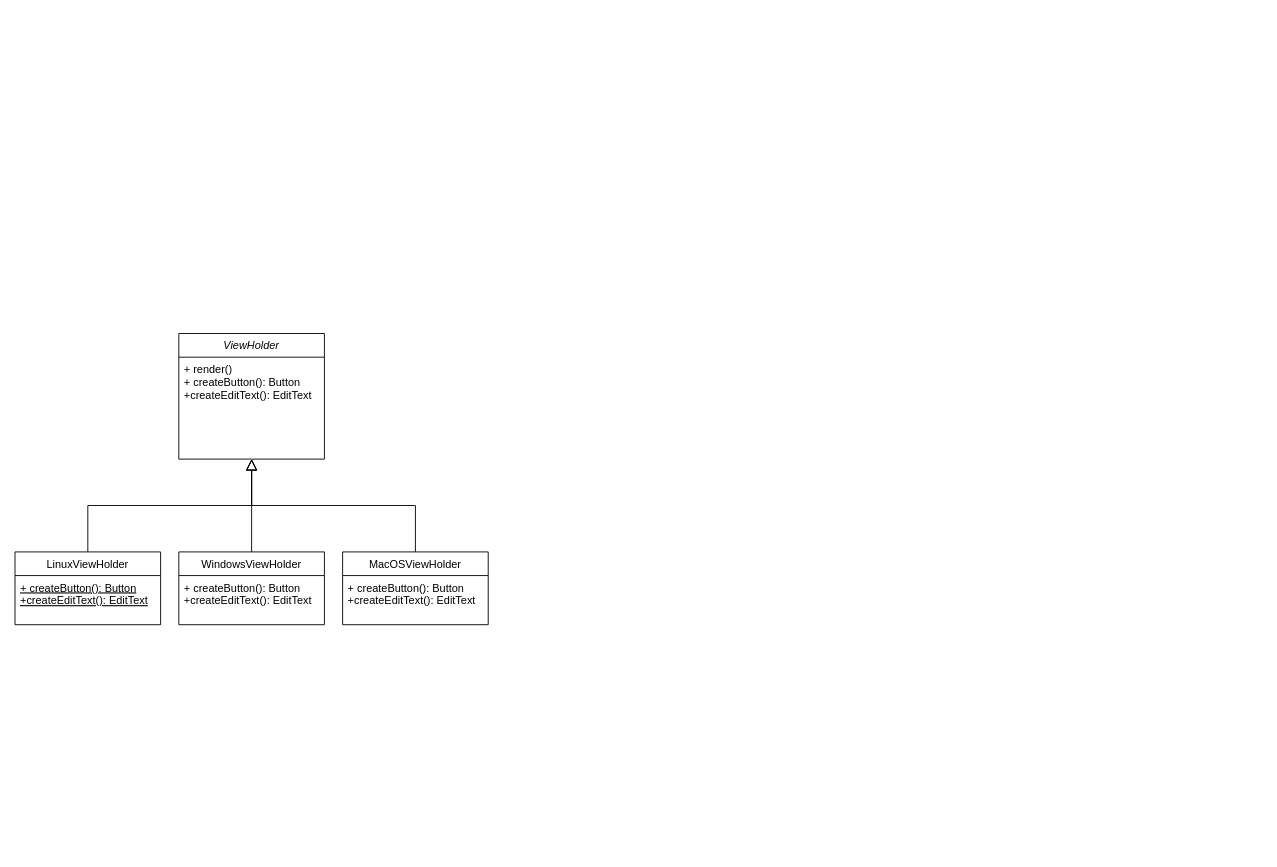
Above: hw4-1.drawio in VahidSafari/CheKhebar (draw.io), before the change. Source tidied: cells renumbered, new cells numbered last; positions are measured from the earlier drawing's top-left corner, leaving out a move shared by most shapes. Both pictures are drawn from the tidied source at 91%, with x=0, y=0 at pixel (15, 333).
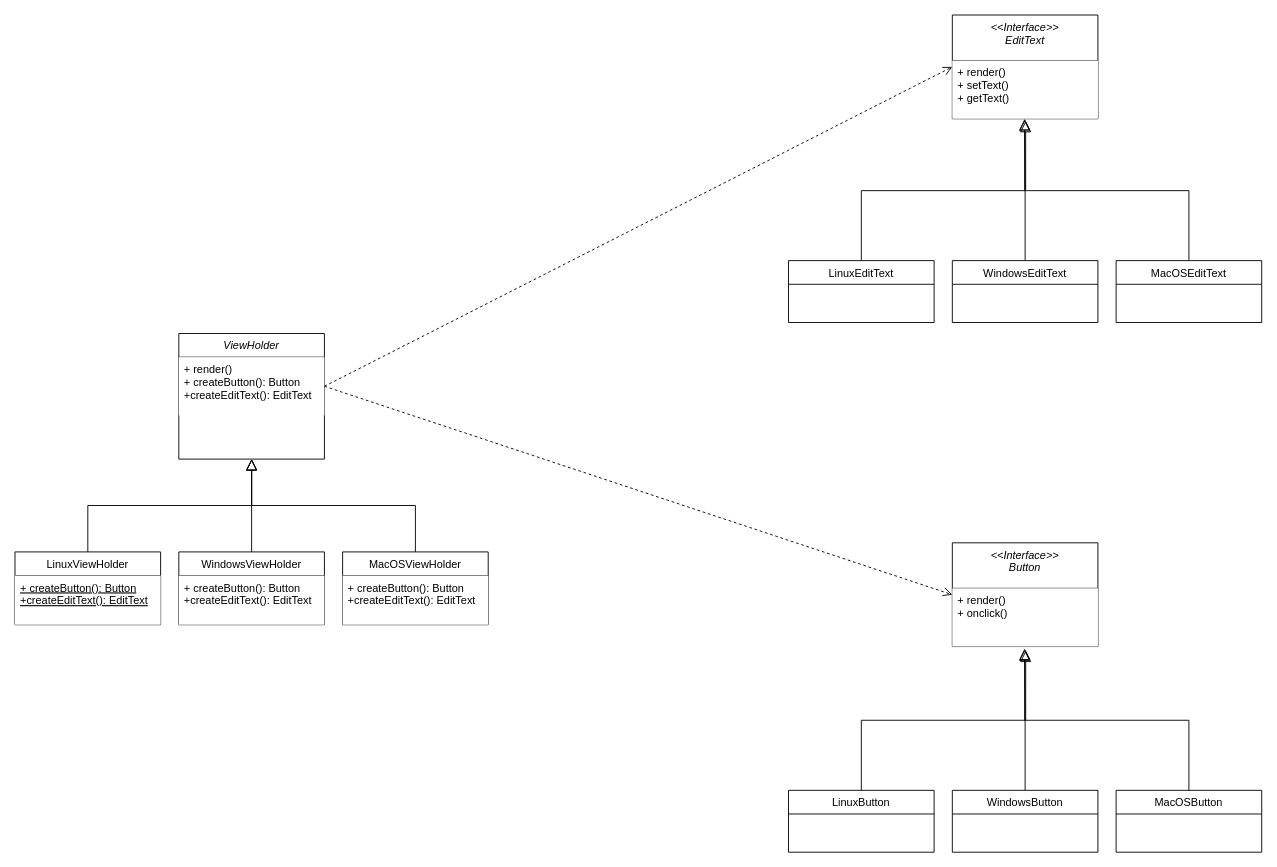
After the change.

Unchanged cells that the change refers to:
```xml
<mxCell id="2" value="ViewHolder" style="swimlane;fontStyle=2;align=center;verticalAlign=top;horizontal=1;startSize=26;rounded=0;shadow=0;strokeWidth=1;" parent="1" vertex="1">
  <mxGeometry x="180" width="160" height="138" as="geometry" />
</mxCell>
<mxCell id="4" value="LinuxViewHolder" style="swimlane;fontStyle=0;align=center;verticalAlign=top;horizontal=1;startSize=26;rounded=0;shadow=0;strokeWidth=1;" parent="1" vertex="1">
  <mxGeometry y="240" width="160" height="80" as="geometry" />
</mxCell>
<mxCell id="7" value="WindowsViewHolder" style="swimlane;fontStyle=0;align=center;verticalAlign=top;horizontal=1;startSize=26;rounded=0;shadow=0;strokeWidth=1;" parent="1" vertex="1">
  <mxGeometry x="180" y="240" width="160" height="80" as="geometry" />
</mxCell>
<mxCell id="10" value="MacOSViewHolder" style="swimlane;fontStyle=0;align=center;verticalAlign=top;horizontal=1;startSize=26;rounded=0;shadow=0;strokeWidth=1;" parent="1" vertex="1">
  <mxGeometry x="360" y="240" width="160" height="80" as="geometry" />
</mxCell>
```

The edit, as a diff of the source:
```diff
@@
-    <mxCell id="3" value="+ render()&#10;+ createButton(): Button&#10;+createEditText(): EditText" style="text;align=left;verticalAlign=top;spacingLeft=4;spacingRight=4;overflow=hidden;points=[[0,0.5],[1,0.5]];portConstraint=eastwest;" parent="2" vertex="1">
+    <mxCell id="3" value="+ render()&#10;+ createButton(): Button&#10;+createEditText(): EditText" style="text;align=left;verticalAlign=top;spacingLeft=4;spacingRight=4;overflow=hidden;points=[[0,0.5],[1,0.5]];portConstraint=eastwest;fillColor=#ffffff;" parent="2" vertex="1">
       <mxGeometry y="26" width="160" height="64" as="geometry" />
     </mxCell>
@@
-    <mxCell id="5" value="+ createButton(): Button&#10;+createEditText(): EditText" style="text;align=left;verticalAlign=top;spacingLeft=4;spacingRight=4;overflow=hidden;fontStyle=4;" parent="4" vertex="1">
+    <mxCell id="5" value="+ createButton(): Button&#10;+createEditText(): EditText" style="text;align=left;verticalAlign=top;spacingLeft=4;spacingRight=4;overflow=hidden;fontStyle=4;fillColor=#ffffff;" parent="4" vertex="1">
       <mxGeometry y="26" width="160" height="54" as="geometry" />
     </mxCell>
@@
-    <mxCell id="8" value="+ createButton(): Button&#10;+createEditText(): EditText" style="text;align=left;verticalAlign=top;spacingLeft=4;spacingRight=4;overflow=hidden;" parent="7" vertex="1">
+    <mxCell id="8" value="+ createButton(): Button&#10;+createEditText(): EditText" style="text;align=left;verticalAlign=top;spacingLeft=4;spacingRight=4;overflow=hidden;fillColor=#ffffff;" parent="7" vertex="1">
       <mxGeometry y="26" width="160" height="54" as="geometry" />
     </mxCell>
@@
-    <mxCell id="11" value="+ createButton(): Button&#10;+createEditText(): EditText" style="text;align=left;verticalAlign=top;spacingLeft=4;spacingRight=4;overflow=hidden;" parent="10" vertex="1">
+    <mxCell id="11" value="+ createButton(): Button&#10;+createEditText(): EditText" style="text;align=left;verticalAlign=top;spacingLeft=4;spacingRight=4;overflow=hidden;fillColor=#ffffff;" parent="10" vertex="1">
       <mxGeometry y="26" width="160" height="54" as="geometry" />
     </mxCell>
@@
+    <mxCell id="13" value="&lt;&lt;Interface&gt;&gt;&#10;Button" style="swimlane;fontStyle=2;align=center;verticalAlign=top;horizontal=1;startSize=50;rounded=0;shadow=0;strokeWidth=1;" parent="1" vertex="1">
+      <mxGeometry x="1030" y="230" width="160" height="114" as="geometry" />
+    </mxCell>
+    <mxCell id="14" value="+ render()&#10;+ onclick()" style="text;align=left;verticalAlign=top;spacingLeft=4;spacingRight=4;overflow=hidden;points=[[0,0.5],[1,0.5]];portConstraint=eastwest;fillColor=#ffffff;" parent="13" vertex="1">
+      <mxGeometry y="50" width="160" height="64" as="geometry" />
+    </mxCell>
+    <mxCell id="15" value="&lt;&lt;Interface&gt;&gt;&#10;EditText" style="swimlane;fontStyle=2;align=center;verticalAlign=top;horizontal=1;startSize=50;rounded=0;shadow=0;strokeWidth=1;" parent="1" vertex="1">
+      <mxGeometry x="1030" y="-350" width="160" height="114" as="geometry" />
+    </mxCell>
+    <mxCell id="16" value="+ render()&#10;+ setText()&#10;+ getText()" style="text;align=left;verticalAlign=top;spacingLeft=4;spacingRight=4;overflow=hidden;fillColor=#ffffff;" parent="15" vertex="1">
+      <mxGeometry y="50" width="160" height="64" as="geometry" />
+    </mxCell>
+    <mxCell id="17" style="html=1;verticalAlign=bottom;endArrow=open;dashed=1;endSize=8;strokeColor=#000000;exitX=1;exitY=0.5;exitDx=0;exitDy=0;entryX=0;entryY=0.5;entryDx=0;entryDy=0;" parent="1" edge="1" source="3" target="13">
+      <mxGeometry relative="1" as="geometry" />
+    </mxCell>
+    <mxCell id="18" style="html=1;verticalAlign=bottom;endArrow=open;dashed=1;endSize=8;strokeColor=#000000;exitX=1;exitY=0.5;exitDx=0;exitDy=0;entryX=0;entryY=0.5;entryDx=0;entryDy=0;" parent="1" edge="1" source="3" target="15">
+      <mxGeometry relative="1" as="geometry" />
+    </mxCell>
+    <mxCell id="19" value="LinuxButton" style="swimlane;fontStyle=0;align=center;verticalAlign=top;horizontal=1;startSize=26;rounded=0;shadow=0;strokeWidth=1;" parent="1" vertex="1">
+      <mxGeometry x="850" y="502" width="160" height="68" as="geometry" />
+    </mxCell>
+    <mxCell id="20" style="endArrow=block;endSize=10;endFill=0;shadow=0;strokeWidth=1;rounded=0;edgeStyle=elbowEdgeStyle;elbow=vertical;entryX=0.504;entryY=1.069;entryDx=0;entryDy=0;entryPerimeter=0;" parent="1" edge="1" source="19" target="14">
+      <mxGeometry relative="1" as="geometry" />
+    </mxCell>
+    <mxCell id="21" value="WindowsButton" style="swimlane;fontStyle=0;align=center;verticalAlign=top;horizontal=1;startSize=26;rounded=0;shadow=0;strokeWidth=1;" parent="1" vertex="1">
+      <mxGeometry x="1030" y="502" width="160" height="68" as="geometry" />
+    </mxCell>
+    <mxCell id="22" style="endArrow=block;endSize=10;endFill=0;shadow=0;strokeWidth=1;rounded=0;edgeStyle=elbowEdgeStyle;elbow=vertical;entryX=0.497;entryY=1.033;entryDx=0;entryDy=0;entryPerimeter=0;" parent="1" edge="1" source="21" target="14">
+      <mxGeometry relative="1" as="geometry" />
+    </mxCell>
+    <mxCell id="23" value="MacOSButton" style="swimlane;fontStyle=0;align=center;verticalAlign=top;horizontal=1;startSize=26;rounded=0;shadow=0;strokeWidth=1;" parent="1" vertex="1">
+      <mxGeometry x="1210" y="502" width="160" height="68" as="geometry" />
+    </mxCell>
+    <mxCell id="24" style="endArrow=block;endSize=10;endFill=0;shadow=0;strokeWidth=1;rounded=0;edgeStyle=elbowEdgeStyle;elbow=vertical;exitX=0.5;exitY=0;exitDx=0;exitDy=0;entryX=0.497;entryY=1.051;entryDx=0;entryDy=0;entryPerimeter=0;" parent="1" edge="1" source="23" target="14">
+      <mxGeometry relative="1" as="geometry" />
+    </mxCell>
+    <mxCell id="25" value="LinuxEditText" style="swimlane;fontStyle=0;align=center;verticalAlign=top;horizontal=1;startSize=26;rounded=0;shadow=0;strokeWidth=1;fillColor=#FFFFFF;" parent="1" vertex="1">
+      <mxGeometry x="850" y="-80.1" width="160" height="68" as="geometry" />
+    </mxCell>
+    <mxCell id="26" style="endArrow=block;endSize=10;endFill=0;shadow=0;strokeWidth=1;rounded=0;edgeStyle=elbowEdgeStyle;elbow=vertical;entryX=0.504;entryY=1.069;entryDx=0;entryDy=0;entryPerimeter=0;" parent="1" edge="1" source="25">
+      <mxGeometry relative="1" as="geometry">
+        <mxPoint x="1110.6" y="-233.7" as="targetPoint" />
+      </mxGeometry>
+    </mxCell>
+    <mxCell id="27" value="WindowsEditText" style="swimlane;fontStyle=0;align=center;verticalAlign=top;horizontal=1;startSize=26;rounded=0;shadow=0;strokeWidth=1;fillColor=#FFFFFF;" parent="1" vertex="1">
+      <mxGeometry x="1030" y="-80.1" width="160" height="68" as="geometry" />
+    </mxCell>
+    <mxCell id="28" style="endArrow=block;endSize=10;endFill=0;shadow=0;strokeWidth=1;rounded=0;edgeStyle=elbowEdgeStyle;elbow=vertical;entryX=0.497;entryY=1.033;entryDx=0;entryDy=0;entryPerimeter=0;" parent="1" edge="1" source="27">
+      <mxGeometry relative="1" as="geometry">
+        <mxPoint x="1109.5" y="-236" as="targetPoint" />
+      </mxGeometry>
+    </mxCell>
+    <mxCell id="29" value="MacOSEditText" style="swimlane;fontStyle=0;align=center;verticalAlign=top;horizontal=1;startSize=26;rounded=0;shadow=0;strokeWidth=1;fillColor=#FFFFFF;" parent="1" vertex="1">
+      <mxGeometry x="1210" y="-80.1" width="160" height="68" as="geometry" />
+    </mxCell>
+    <mxCell id="30" style="endArrow=block;endSize=10;endFill=0;shadow=0;strokeWidth=1;rounded=0;edgeStyle=elbowEdgeStyle;elbow=vertical;exitX=0.5;exitY=0;exitDx=0;exitDy=0;entryX=0.497;entryY=1.051;entryDx=0;entryDy=0;entryPerimeter=0;" parent="1" edge="1" source="29">
+      <mxGeometry relative="1" as="geometry">
+        <mxPoint x="1109.5" y="-234.8" as="targetPoint" />
+      </mxGeometry>
+    </mxCell>
```
